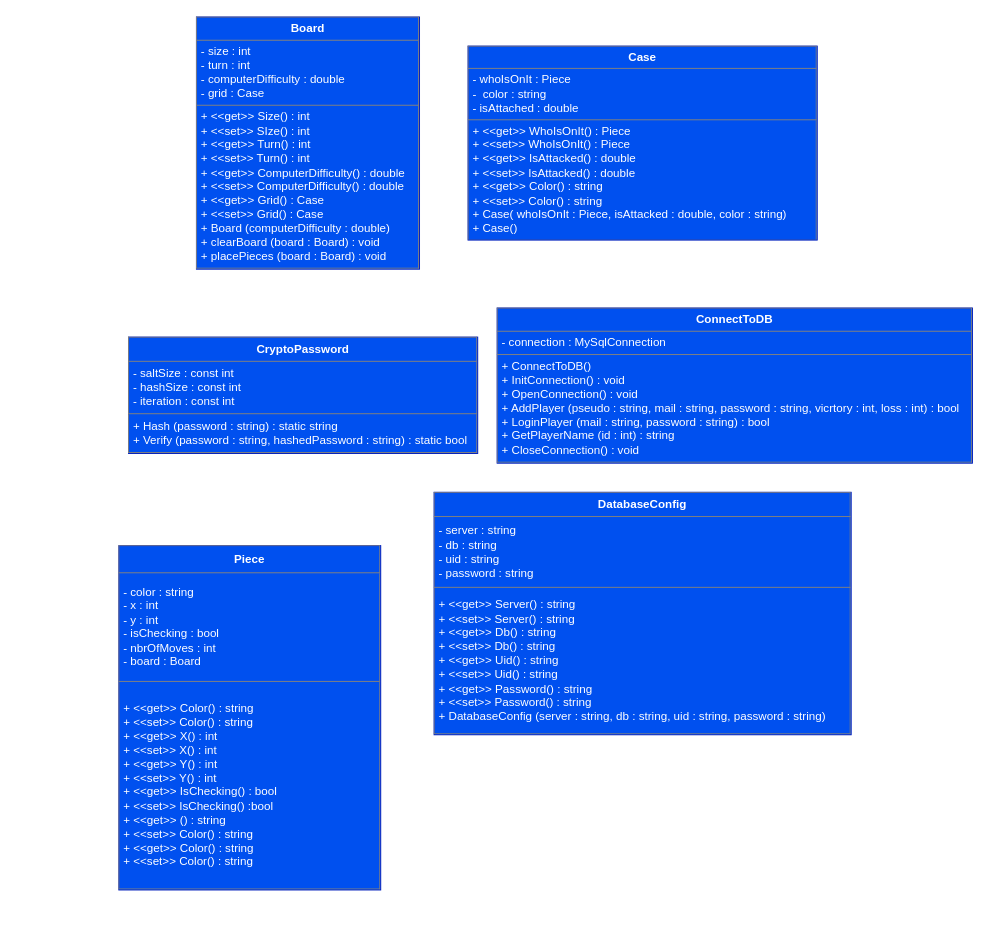
Earlier version of the draw.io diagram Doc/Mockups/Diagramme de classe complet.drawio (MathiasRenoult/Project-CSHARP-Chess). Source tidied: cells renumbered, new cells numbered last; positions are measured from the earlier drawing's top-left corner, leaving out a move shared by most shapes. Both pictures are drawn from the tidied source at 97%, with x=0, y=0 at pixel (118, 16).
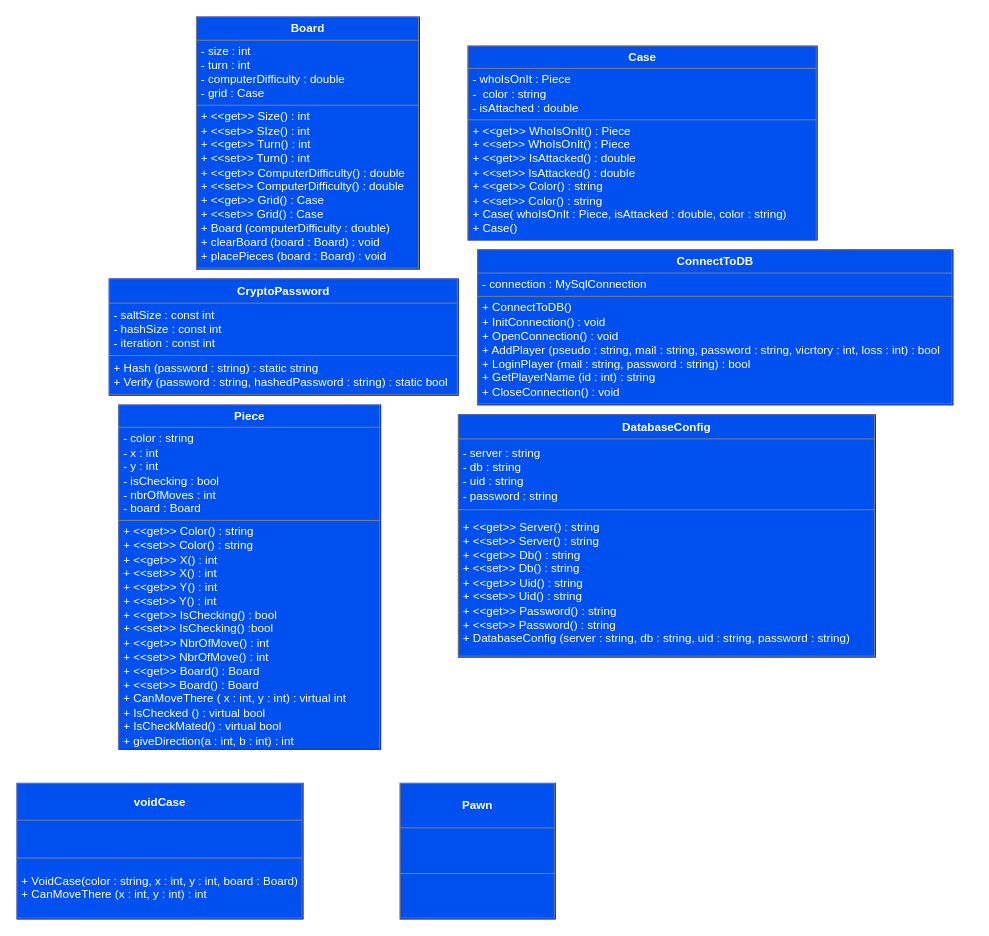
After the change.

What changed in the source:
```diff
@@
 <mxGraphModel>
   <root>
     <mxCell id="0" />
     <mxCell id="1" parent="0" />
     <mxCell id="2" value="&lt;table border=&quot;1&quot; width=&quot;100%&quot; cellpadding=&quot;4&quot; style=&quot;width: 100% ; height: 100% ; border-collapse: collapse&quot;&gt;&lt;tbody&gt;&lt;tr&gt;&lt;th align=&quot;center&quot;&gt;Board&lt;/th&gt;&lt;/tr&gt;&lt;tr&gt;&lt;td&gt;- size : int&lt;br&gt;- turn : int&amp;nbsp;&lt;br&gt;- computerDifficulty : double&lt;br&gt;- grid : Case&lt;br&gt;&lt;/td&gt;&lt;/tr&gt;&lt;tr&gt;&lt;td&gt;+ &amp;lt;&amp;lt;get&amp;gt;&amp;gt; Size() : int&lt;br&gt;+ &amp;lt;&amp;lt;set&amp;gt;&amp;gt; SIze() : int&lt;br&gt;+ &amp;lt;&amp;lt;get&amp;gt;&amp;gt; Turn() : int&lt;br&gt;+ &amp;lt;&amp;lt;set&amp;gt;&amp;gt; Turn() : int&lt;br&gt;+ &amp;lt;&amp;lt;get&amp;gt;&amp;gt; ComputerDifficulty() : double&lt;br&gt;+ &amp;lt;&amp;lt;set&amp;gt;&amp;gt; ComputerDifficulty() : double&lt;br&gt;+ &amp;lt;&amp;lt;get&amp;gt;&amp;gt; Grid() : Case&lt;br&gt;+ &amp;lt;&amp;lt;set&amp;gt;&amp;gt; Grid() : Case&lt;br&gt;+ Board (computerDifficulty : double)&lt;br&gt;+ clearBoard (board : Board) : void&lt;br&gt;+ placePieces (board : Board) : void&lt;/td&gt;&lt;/tr&gt;&lt;/tbody&gt;&lt;/table&gt;" style="text;html=1;strokeColor=#001DBC;fillColor=#0050ef;overflow=fill;fontColor=#ffffff;" parent="1" vertex="1">
       <mxGeometry x="80" width="230" height="260" as="geometry" />
     </mxCell>
     <mxCell id="3" value="&lt;table border=&quot;1&quot; width=&quot;100%&quot; cellpadding=&quot;4&quot; style=&quot;width: 100% ; height: 100% ; border-collapse: collapse&quot;&gt;&lt;tbody&gt;&lt;tr&gt;&lt;th align=&quot;center&quot;&gt;&lt;b&gt;Case&lt;/b&gt;&lt;/th&gt;&lt;/tr&gt;&lt;tr&gt;&lt;td&gt;- whoIsOnIt : Piece&lt;br&gt;-&amp;nbsp; color : string&lt;br&gt;- isAttached : double&lt;/td&gt;&lt;/tr&gt;&lt;tr&gt;&lt;td&gt;+ &amp;lt;&amp;lt;get&amp;gt;&amp;gt; WhoIsOnIt()&amp;nbsp;: Piece&lt;br&gt;+ &amp;lt;&amp;lt;set&amp;gt;&amp;gt; WhoIsOnIt()&amp;nbsp;: Piece&lt;br&gt;+ &amp;lt;&amp;lt;get&amp;gt;&amp;gt; IsAttacked()&amp;nbsp;: double&lt;br&gt;+ &amp;lt;&amp;lt;set&amp;gt;&amp;gt; IsAttacked()&amp;nbsp;: double&lt;br&gt;+ &amp;lt;&amp;lt;get&amp;gt;&amp;gt; Color()&amp;nbsp;: string&lt;br&gt;+ &amp;lt;&amp;lt;set&amp;gt;&amp;gt; Color()&amp;nbsp;: string&lt;br&gt;+ Case( whoIsOnIt : Piece, isAttacked : double, color : string)&lt;br&gt;+ Case()&lt;br&gt;&lt;/td&gt;&lt;/tr&gt;&lt;/tbody&gt;&lt;/table&gt;" style="text;html=1;strokeColor=#001DBC;fillColor=#0050ef;overflow=fill;fontColor=#ffffff;" parent="1" vertex="1">
       <mxGeometry x="360" y="30" width="360" height="200" as="geometry" />
     </mxCell>
     <mxCell id="4" value="&lt;table border=&quot;1&quot; width=&quot;100%&quot; cellpadding=&quot;4&quot; style=&quot;width: 100% ; height: 100% ; border-collapse: collapse&quot;&gt;&lt;tbody&gt;&lt;tr&gt;&lt;th align=&quot;center&quot;&gt;&lt;b&gt;ConnectToDB&lt;/b&gt;&lt;/th&gt;&lt;/tr&gt;&lt;tr&gt;&lt;td&gt;- connection : MySqlConnection&lt;/td&gt;&lt;/tr&gt;&lt;tr&gt;&lt;td&gt;+ ConnectToDB()&lt;br&gt;+ InitConnection() : void&lt;br&gt;+ OpenConnection() : void&lt;br&gt;+ AddPlayer (pseudo : string, mail : string, password : string, vicrtory : int, loss : int) : bool&amp;nbsp;&lt;br&gt;+ LoginPlayer (mail : string, password : string) : bool&amp;nbsp;&lt;br&gt;+ GetPlayerName (id : int) : string&lt;br&gt;+ CloseConnection() : void&lt;/td&gt;&lt;/tr&gt;&lt;/tbody&gt;&lt;/table&gt;" style="text;html=1;strokeColor=#001DBC;fillColor=#0050ef;overflow=fill;fontColor=#ffffff;" parent="1" vertex="1">
-      <mxGeometry x="390" y="300" width="490" height="160" as="geometry" />
+      <mxGeometry x="370" y="240" width="490" height="160" as="geometry" />
     </mxCell>
     <mxCell id="5" value="&lt;table border=&quot;1&quot; width=&quot;100%&quot; cellpadding=&quot;4&quot; style=&quot;width: 100% ; height: 100% ; border-collapse: collapse&quot;&gt;&lt;tbody&gt;&lt;tr&gt;&lt;th align=&quot;center&quot;&gt;DatabaseConfig&lt;/th&gt;&lt;/tr&gt;&lt;tr&gt;&lt;td&gt;- server : string&lt;br&gt;- db : string&lt;br&gt;- uid : string&lt;br&gt;- password : string&amp;nbsp;&lt;/td&gt;&lt;/tr&gt;&lt;tr&gt;&lt;td&gt;+ &amp;lt;&amp;lt;get&amp;gt;&amp;gt; Server() : string&lt;br&gt;+ &amp;lt;&amp;lt;set&amp;gt;&amp;gt; Server() : string&lt;br&gt;+ &amp;lt;&amp;lt;get&amp;gt;&amp;gt; Db() : string&lt;br&gt;+ &amp;lt;&amp;lt;set&amp;gt;&amp;gt; Db() : string&lt;br&gt;+ &amp;lt;&amp;lt;get&amp;gt;&amp;gt; Uid() : string&lt;br&gt;+ &amp;lt;&amp;lt;set&amp;gt;&amp;gt; Uid() : string&lt;br&gt;+ &amp;lt;&amp;lt;get&amp;gt;&amp;gt; Password() : string&lt;br&gt;+ &amp;lt;&amp;lt;set&amp;gt;&amp;gt; Password() : string&lt;br&gt;+ DatabaseConfig (server : string, db : string, uid : string, password : string)&lt;/td&gt;&lt;/tr&gt;&lt;/tbody&gt;&lt;/table&gt;" style="text;html=1;overflow=fill;fillColor=#0050ef;strokeColor=#001DBC;fontColor=#ffffff;" parent="1" vertex="1">
-      <mxGeometry x="325" y="490" width="430" height="250" as="geometry" />
+      <mxGeometry x="350" y="410" width="430" height="250" as="geometry" />
     </mxCell>
     <mxCell id="6" value="&lt;table border=&quot;1&quot; width=&quot;100%&quot; cellpadding=&quot;4&quot; style=&quot;width: 100% ; height: 100% ; border-collapse: collapse&quot;&gt;&lt;tbody&gt;&lt;tr&gt;&lt;th align=&quot;center&quot;&gt;CryptoPassword&lt;/th&gt;&lt;/tr&gt;&lt;tr&gt;&lt;td&gt;- saltSize : const int&amp;nbsp;&lt;br&gt;- hashSize : const int&lt;br&gt;- iteration : const int&lt;/td&gt;&lt;/tr&gt;&lt;tr&gt;&lt;td&gt;+ Hash (password : string) : static string&lt;br&gt;+ Verify (password : string, hashedPassword : string) : static bool&lt;/td&gt;&lt;/tr&gt;&lt;/tbody&gt;&lt;/table&gt;" style="text;html=1;strokeColor=#001DBC;fillColor=#0050ef;overflow=fill;fontColor=#ffffff;" parent="1" vertex="1">
-      <mxGeometry x="10" y="330" width="360" height="120" as="geometry" />
+      <mxGeometry x="-10" y="270" width="360" height="120" as="geometry" />
     </mxCell>
-    <mxCell id="7" value="&lt;table border=&quot;1&quot; width=&quot;100%&quot; cellpadding=&quot;4&quot; style=&quot;width: 100% ; height: 100% ; border-collapse: collapse&quot;&gt;&lt;tbody&gt;&lt;tr&gt;&lt;th align=&quot;center&quot;&gt;Piece&lt;/th&gt;&lt;/tr&gt;&lt;tr&gt;&lt;td&gt;- color : string&amp;nbsp;&lt;br&gt;- x : int&amp;nbsp;&lt;br&gt;- y : int&lt;br&gt;- isChecking : bool&amp;nbsp;&lt;br&gt;- nbrOfMoves : int&lt;br&gt;- board : Board&amp;nbsp;&lt;/td&gt;&lt;/tr&gt;&lt;tr&gt;&lt;td&gt;+ &amp;lt;&amp;lt;get&amp;gt;&amp;gt; Color() : string&lt;br&gt;+ &amp;lt;&amp;lt;set&amp;gt;&amp;gt; Color() : string&lt;br&gt;+ &amp;lt;&amp;lt;get&amp;gt;&amp;gt; X() : int&lt;br&gt;+ &amp;lt;&amp;lt;set&amp;gt;&amp;gt; X() : int&lt;br&gt;+ &amp;lt;&amp;lt;get&amp;gt;&amp;gt; Y() : int&lt;br&gt;+ &amp;lt;&amp;lt;set&amp;gt;&amp;gt; Y() : int&lt;br&gt;+ &amp;lt;&amp;lt;get&amp;gt;&amp;gt; IsChecking() : bool&lt;br&gt;+ &amp;lt;&amp;lt;set&amp;gt;&amp;gt; IsChecking() :bool&lt;br&gt;+ &amp;lt;&amp;lt;get&amp;gt;&amp;gt; () : string&lt;br&gt;+ &amp;lt;&amp;lt;set&amp;gt;&amp;gt; Color() : string&lt;br&gt;+ &amp;lt;&amp;lt;get&amp;gt;&amp;gt; Color() : string&lt;br&gt;+ &amp;lt;&amp;lt;set&amp;gt;&amp;gt; Color() : string&lt;br&gt;&lt;/td&gt;&lt;/tr&gt;&lt;/tbody&gt;&lt;/table&gt;" style="text;html=1;strokeColor=#001DBC;fillColor=#0050ef;overflow=fill;fontColor=#ffffff;gradientColor=none;" parent="1" vertex="1">
-      <mxGeometry y="545" width="270" height="355" as="geometry" />
+    <mxCell id="7" value="&lt;table border=&quot;1&quot; width=&quot;100%&quot; cellpadding=&quot;4&quot; style=&quot;width: 100% ; height: 100% ; border-collapse: collapse&quot;&gt;&lt;tbody&gt;&lt;tr&gt;&lt;th align=&quot;center&quot;&gt;Piece&lt;/th&gt;&lt;/tr&gt;&lt;tr&gt;&lt;td&gt;- color : string&amp;nbsp;&lt;br&gt;- x : int&amp;nbsp;&lt;br&gt;- y : int&lt;br&gt;- isChecking : bool&amp;nbsp;&lt;br&gt;- nbrOfMoves : int&lt;br&gt;- board : Board&amp;nbsp;&lt;/td&gt;&lt;/tr&gt;&lt;tr&gt;&lt;td&gt;+ &amp;lt;&amp;lt;get&amp;gt;&amp;gt; Color() : string&lt;br&gt;+ &amp;lt;&amp;lt;set&amp;gt;&amp;gt; Color() : string&lt;br&gt;+ &amp;lt;&amp;lt;get&amp;gt;&amp;gt; X() : int&lt;br&gt;+ &amp;lt;&amp;lt;set&amp;gt;&amp;gt; X() : int&lt;br&gt;+ &amp;lt;&amp;lt;get&amp;gt;&amp;gt; Y() : int&lt;br&gt;+ &amp;lt;&amp;lt;set&amp;gt;&amp;gt; Y() : int&lt;br&gt;+ &amp;lt;&amp;lt;get&amp;gt;&amp;gt; IsChecking() : bool&lt;br&gt;+ &amp;lt;&amp;lt;set&amp;gt;&amp;gt; IsChecking() :bool&lt;br&gt;+ &amp;lt;&amp;lt;get&amp;gt;&amp;gt; NbrOfMove() : int&lt;br&gt;+ &amp;lt;&amp;lt;set&amp;gt;&amp;gt; NbrOfMove() : int&lt;br&gt;+ &amp;lt;&amp;lt;get&amp;gt;&amp;gt; Board() : Board&lt;br&gt;+ &amp;lt;&amp;lt;set&amp;gt;&amp;gt; Board() : Board&lt;br&gt;+ CanMoveThere ( x : int, y : int) : virtual int&lt;br&gt;+ IsChecked () : virtual bool&lt;br&gt;+ IsCheckMated() : virtual bool&lt;br&gt;+ giveDirection(a : int, b : int) : int&amp;nbsp;&lt;/td&gt;&lt;/tr&gt;&lt;/tbody&gt;&lt;/table&gt;" style="text;html=1;strokeColor=#001DBC;fillColor=#0050ef;overflow=fill;fontColor=#ffffff;gradientColor=none;" parent="1" vertex="1">
+      <mxGeometry y="400" width="270" height="355" as="geometry" />
     </mxCell>
+    <mxCell id="8" value="&lt;table border=&quot;1&quot; width=&quot;100%&quot; cellpadding=&quot;4&quot; style=&quot;width: 100% ; height: 100% ; border-collapse: collapse&quot;&gt;&lt;tbody&gt;&lt;tr&gt;&lt;th align=&quot;center&quot;&gt;voidCase&lt;/th&gt;&lt;/tr&gt;&lt;tr&gt;&lt;td&gt;&lt;br&gt;&lt;/td&gt;&lt;/tr&gt;&lt;tr&gt;&lt;td&gt;+ VoidCase(color : string, x : int, y : int, board : Board)&lt;br&gt;+ CanMoveThere (x : int, y : int) : int&lt;br&gt;&lt;/td&gt;&lt;/tr&gt;&lt;/tbody&gt;&lt;/table&gt;" style="text;html=1;strokeColor=#001DBC;fillColor=#0050ef;overflow=fill;fontColor=#ffffff;" parent="1" vertex="1">
+      <mxGeometry x="-105" y="790" width="295" height="140" as="geometry" />
+    </mxCell>
+    <mxCell id="9" value="&lt;table border=&quot;1&quot; width=&quot;100%&quot; cellpadding=&quot;4&quot; style=&quot;width: 100% ; height: 100% ; border-collapse: collapse&quot;&gt;&lt;tbody&gt;&lt;tr&gt;&lt;th align=&quot;center&quot;&gt;Pawn&lt;/th&gt;&lt;/tr&gt;&lt;tr&gt;&lt;td align=&quot;center&quot;&gt;&lt;br&gt;&lt;/td&gt;&lt;/tr&gt;&lt;tr&gt;&lt;td align=&quot;center&quot;&gt;&lt;br&gt;&lt;/td&gt;&lt;/tr&gt;&lt;/tbody&gt;&lt;/table&gt;" style="text;html=1;strokeColor=#001DBC;fillColor=#0050ef;overflow=fill;fontColor=#ffffff;" parent="1" vertex="1">
+      <mxGeometry x="290" y="790" width="160" height="140" as="geometry" />
+    </mxCell>
   </root>
 </mxGraphModel>
```
